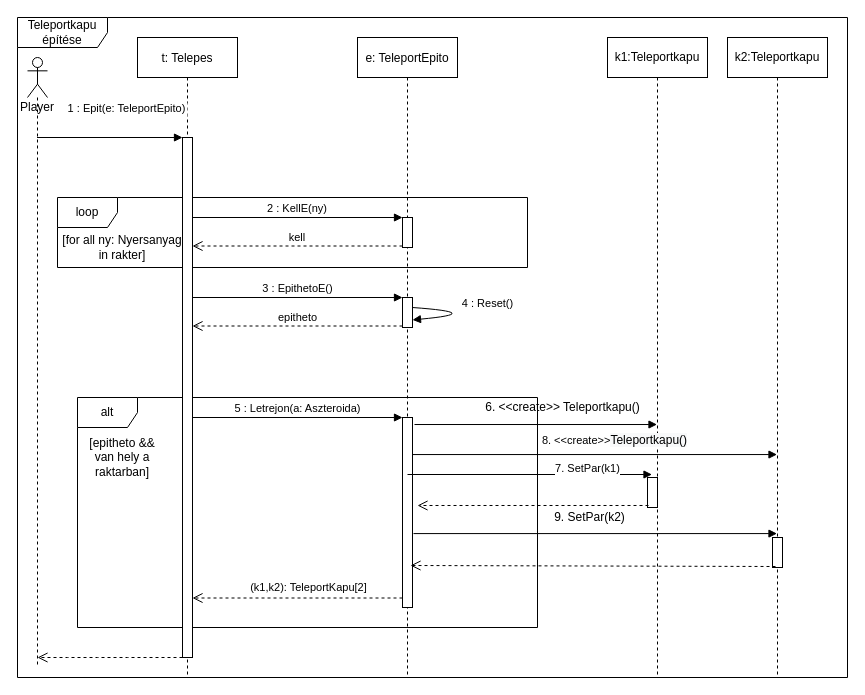
Above: page "Page-2" (1 of 2) of doc/uml/szekvencia_teleportEpit.drawio in torpeBoiGo/aszteroidabanyaszat (draw.io), before the change. Source tidied: cells renumbered, new cells numbered last; positions are measured from the earlier drawing's top-left corner, leaving out a move shared by most shapes. Both pictures are drawn from the tidied source at 100%, with x=0, y=0 at pixel (17, 17).
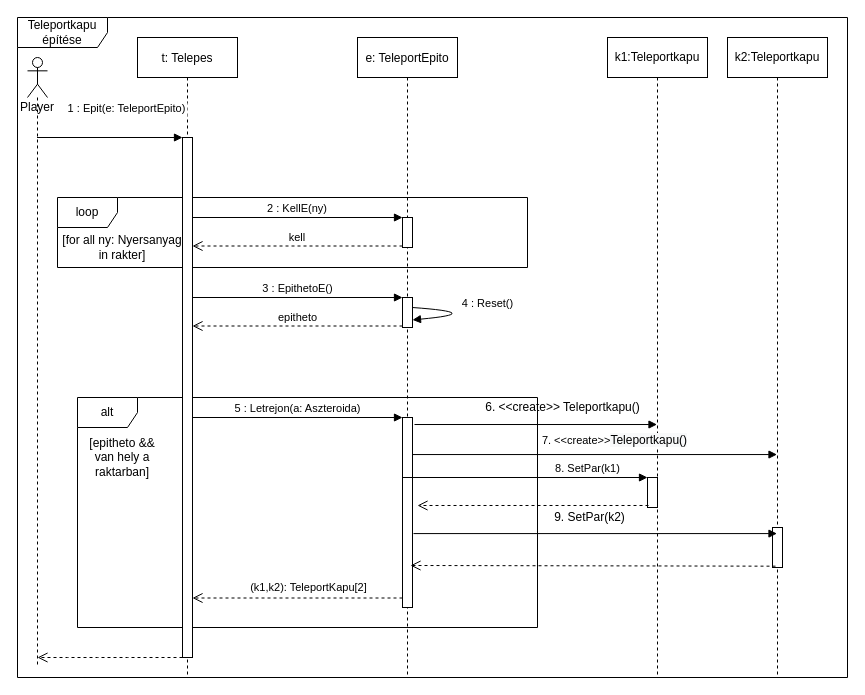
After the change.

Commit message:
Update szekvencia_teleportEpit.drawio: szamozas javitas

The change refers to these unchanged cells:
```xml
<mxCell id="11" style="html=1;points=[];perimeter=orthogonalPerimeter;" parent="8" vertex="1">
  <mxGeometry x="45" y="380" width="10" height="190" as="geometry" />
</mxCell>
<mxCell id="24" value="k2:Teleportkapu" style="shape=umlLifeline;perimeter=lifelinePerimeter;whiteSpace=wrap;html=1;outlineConnect=0;" parent="1" vertex="1">
  <mxGeometry x="710" y="20" width="100" height="640" as="geometry" />
</mxCell>
```

The edit, as a diff of the source:
```diff
@@
     <mxCell id="25" style="html=1;points=[];perimeter=orthogonalPerimeter;" parent="24" vertex="1">
-      <mxGeometry x="45" y="500" width="10" height="30" as="geometry" />
+      <mxGeometry x="45" y="490" width="10" height="40" as="geometry" />
     </mxCell>
     <mxCell id="26" style="html=1;verticalAlign=bottom;endArrow=block;exitX=1;exitY=0.195;exitDx=0;exitDy=0;exitPerimeter=0;" parent="1" edge="1">
       <mxGeometry x="0.08" y="10" relative="1" as="geometry">
-        <mxPoint x="390" y="457" as="sourcePoint" />
-        <mxPoint x="634.5" y="457" as="targetPoint" />
+        <mxPoint x="385.5" y="460" as="sourcePoint" />
+        <mxPoint x="630" y="460" as="targetPoint" />
       </mxGeometry>
     </mxCell>
-    <mxCell id="27" value="7. SetPar(k1)" style="html=1;verticalAlign=bottom;endArrow=block;exitX=1.1;exitY=0.611;exitDx=0;exitDy=0;exitPerimeter=0;" parent="1" edge="1" source="11" target="24">
+    <mxCell id="27" value="8. SetPar(k1)" style="html=1;verticalAlign=bottom;endArrow=block;exitX=1.1;exitY=0.611;exitDx=0;exitDy=0;exitPerimeter=0;" parent="1" edge="1" source="11" target="24">
       <mxGeometry x="-0.04" y="56" relative="1" as="geometry" />
     </mxCell>
@@
-    <mxCell id="31" value="8. &amp;lt;&amp;lt;create&amp;gt;&amp;gt;&lt;span style=&quot;font-size: 12px ; background-color: rgb(248 , 249 , 250)&quot;&gt;Teleportkapu()&lt;/span&gt;" style="html=1;verticalAlign=bottom;endArrow=block;exitX=1;exitY=0.195;exitDx=0;exitDy=0;exitPerimeter=0;" parent="1" edge="1" source="11" target="24">
+    <mxCell id="31" value="7. &amp;lt;&amp;lt;create&amp;gt;&amp;gt;&lt;span style=&quot;font-size: 12px ; background-color: rgb(248 , 249 , 250)&quot;&gt;Teleportkapu()&lt;/span&gt;" style="html=1;verticalAlign=bottom;endArrow=block;exitX=1;exitY=0.195;exitDx=0;exitDy=0;exitPerimeter=0;" parent="1" edge="1" source="11" target="24">
       <mxGeometry x="0.11" y="5" relative="1" as="geometry" />
     </mxCell>
```
